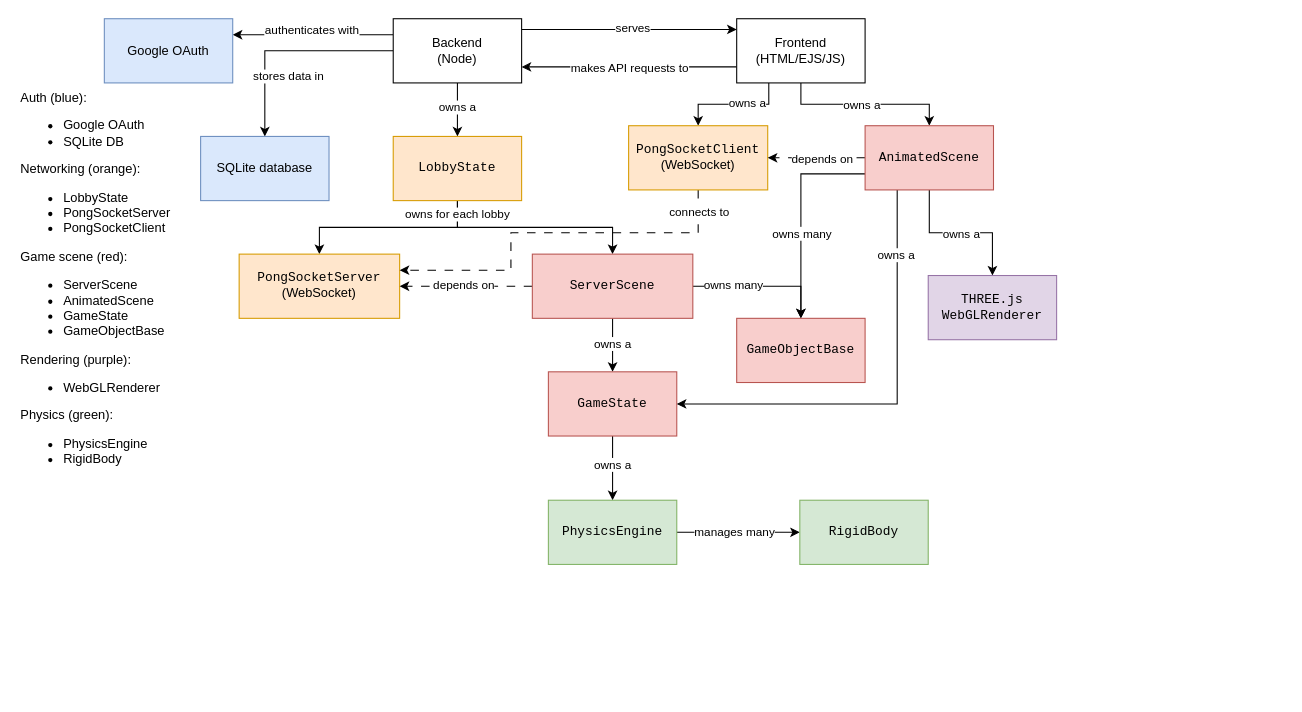
The draw.io diagram docs/architecture.drawio in ucsb-cs148-w26/pj05-pong-3d, before the edit. Source tidied: cells renumbered, new cells numbered last; positions are measured from the earlier drawing's top-left corner, leaving out a move shared by most shapes. Both pictures are drawn from the tidied source at 107%, with x=0, y=0 at pixel (18, 18).
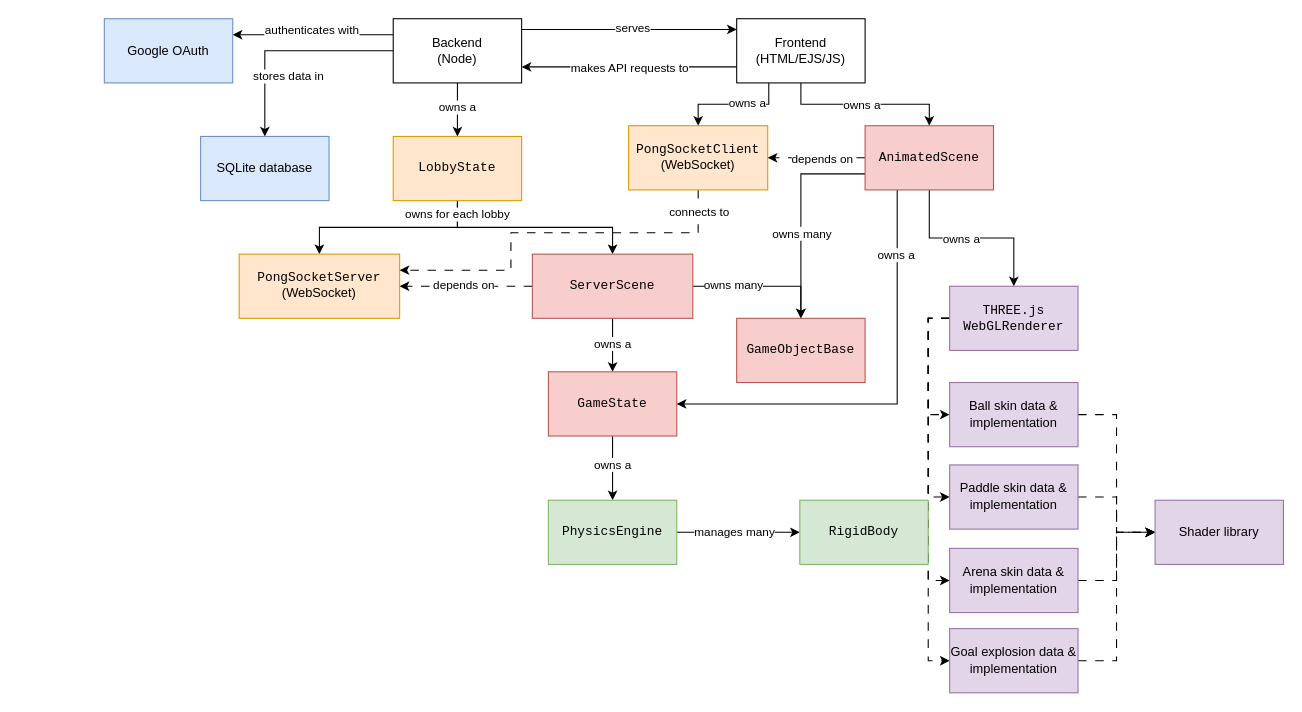
Above is the later version.

Change to the diagram source:
```diff
@@
-    <mxCell id="41" value="&lt;div&gt;Auth (blue):&lt;/div&gt;&lt;div&gt;&lt;ul&gt;&lt;li&gt;Google OAuth&lt;/li&gt;&lt;li&gt;SQLite DB&lt;/li&gt;&lt;/ul&gt;&lt;div&gt;Networking (orange):&lt;/div&gt;&lt;div&gt;&lt;ul&gt;&lt;li&gt;LobbyState&lt;/li&gt;&lt;li&gt;PongSocketServer&lt;/li&gt;&lt;li&gt;PongSocketClient&lt;/li&gt;&lt;/ul&gt;&lt;/div&gt;&lt;/div&gt;&lt;div&gt;Game scene (red):&lt;/div&gt;&lt;div&gt;&lt;ul&gt;&lt;li&gt;ServerScene&lt;/li&gt;&lt;li&gt;AnimatedScene&lt;/li&gt;&lt;li&gt;GameState&lt;/li&gt;&lt;li&gt;GameObjectBase&lt;/li&gt;&lt;/ul&gt;&lt;/div&gt;&lt;div&gt;Rendering (purple):&lt;/div&gt;&lt;div&gt;&lt;ul&gt;&lt;li&gt;WebGLRenderer&lt;/li&gt;&lt;/ul&gt;&lt;div&gt;Physics (green):&lt;/div&gt;&lt;div&gt;&lt;ul&gt;&lt;li&gt;PhysicsEngine&lt;/li&gt;&lt;li&gt;RigidBody&lt;/li&gt;&lt;/ul&gt;&lt;/div&gt;&lt;/div&gt;" style="text;html=1;whiteSpace=wrap;strokeColor=none;fillColor=none;align=left;verticalAlign=top;rounded=0;" parent="1" vertex="1">
-      <mxGeometry y="60" width="160" height="390" as="geometry" />
-    </mxCell>
@@
+    <mxCell id="54" style="edgeStyle=orthogonalEdgeStyle;rounded=0;jettySize=auto;html=1;exitX=0;exitY=0.5;exitDx=0;exitDy=0;entryX=0;entryY=0.5;entryDx=0;entryDy=0;dashed=1;dashPattern=8 8;" parent="1" edge="1" source="51" target="59">
+      <mxGeometry relative="1" as="geometry" />
+    </mxCell>
+    <mxCell id="55" style="edgeStyle=orthogonalEdgeStyle;rounded=0;jettySize=auto;html=1;exitX=0;exitY=0.5;exitDx=0;exitDy=0;entryX=0;entryY=0.5;entryDx=0;entryDy=0;dashed=1;dashPattern=8 8;" parent="1" edge="1" source="51" target="61">
+      <mxGeometry relative="1" as="geometry" />
+    </mxCell>
+    <mxCell id="56" style="edgeStyle=orthogonalEdgeStyle;rounded=0;jettySize=auto;html=1;exitX=0;exitY=0.5;exitDx=0;exitDy=0;entryX=0;entryY=0.5;entryDx=0;entryDy=0;dashed=1;dashPattern=8 8;" parent="1" edge="1" source="51" target="63">
+      <mxGeometry relative="1" as="geometry" />
+    </mxCell>
+    <mxCell id="57" style="edgeStyle=orthogonalEdgeStyle;rounded=0;jettySize=auto;html=1;exitX=0;exitY=0.5;exitDx=0;exitDy=0;entryX=0;entryY=0.5;entryDx=0;entryDy=0;dashed=1;dashPattern=8 8;" parent="1" edge="1" source="51" target="65">
+      <mxGeometry relative="1" as="geometry" />
+    </mxCell>
     <mxCell id="51" value="&lt;div&gt;THREE.js&lt;/div&gt;&lt;div&gt;WebGLRenderer&lt;/div&gt;" style="whiteSpace=wrap;html=1;fontFamily=Courier New;rounded=0;fillColor=#e1d5e7;strokeColor=#9673a6;" parent="1" vertex="1">
-      <mxGeometry x="850" y="240" width="120" height="60" as="geometry" />
+      <mxGeometry x="870" y="250" width="120" height="60" as="geometry" />
     </mxCell>
@@
+    <mxCell id="58" style="edgeStyle=orthogonalEdgeStyle;rounded=0;jettySize=auto;html=1;exitX=1;exitY=0.5;exitDx=0;exitDy=0;entryX=0;entryY=0.5;entryDx=0;entryDy=0;dashed=1;dashPattern=8 8;" parent="1" edge="1" source="59" target="66">
+      <mxGeometry relative="1" as="geometry" />
+    </mxCell>
+    <mxCell id="59" value="&lt;font face=&quot;Helvetica&quot;&gt;Ball skin data &amp;amp; implementation&lt;/font&gt;" style="whiteSpace=wrap;html=1;fontFamily=Courier New;rounded=0;fillColor=#e1d5e7;strokeColor=#9673a6;" parent="1" vertex="1">
+      <mxGeometry x="870" y="340" width="120" height="60" as="geometry" />
+    </mxCell>
+    <mxCell id="60" style="edgeStyle=orthogonalEdgeStyle;rounded=0;jettySize=auto;html=1;exitX=1;exitY=0.5;exitDx=0;exitDy=0;dashed=1;dashPattern=8 8;" parent="1" edge="1" source="61" target="66">
+      <mxGeometry relative="1" as="geometry" />
+    </mxCell>
+    <mxCell id="61" value="&lt;font face=&quot;Helvetica&quot;&gt;Paddle skin data &amp;amp; implementation&lt;/font&gt;" style="whiteSpace=wrap;html=1;fontFamily=Courier New;rounded=0;fillColor=#e1d5e7;strokeColor=#9673a6;" parent="1" vertex="1">
+      <mxGeometry x="870" y="417" width="120" height="60" as="geometry" />
+    </mxCell>
+    <mxCell id="62" style="edgeStyle=orthogonalEdgeStyle;rounded=0;jettySize=auto;html=1;exitX=1;exitY=0.5;exitDx=0;exitDy=0;entryX=0;entryY=0.5;entryDx=0;entryDy=0;dashed=1;dashPattern=8 8;" parent="1" edge="1" source="63" target="66">
+      <mxGeometry relative="1" as="geometry" />
+    </mxCell>
+    <mxCell id="63" value="&lt;font face=&quot;Helvetica&quot;&gt;Arena skin data &amp;amp; implementation&lt;/font&gt;" style="whiteSpace=wrap;html=1;fontFamily=Courier New;rounded=0;fillColor=#e1d5e7;strokeColor=#9673a6;" parent="1" vertex="1">
+      <mxGeometry x="870" y="495" width="120" height="60" as="geometry" />
+    </mxCell>
+    <mxCell id="64" style="edgeStyle=orthogonalEdgeStyle;rounded=0;jettySize=auto;html=1;exitX=1;exitY=0.5;exitDx=0;exitDy=0;entryX=0;entryY=0.5;entryDx=0;entryDy=0;dashed=1;dashPattern=8 8;" parent="1" edge="1" source="65" target="66">
+      <mxGeometry relative="1" as="geometry" />
+    </mxCell>
+    <mxCell id="65" value="&lt;font face=&quot;Helvetica&quot;&gt;Goal explosion data &amp;amp; implementation&lt;/font&gt;" style="whiteSpace=wrap;html=1;fontFamily=Courier New;rounded=0;fillColor=#e1d5e7;strokeColor=#9673a6;" parent="1" vertex="1">
+      <mxGeometry x="870" y="570" width="120" height="60" as="geometry" />
+    </mxCell>
+    <mxCell id="66" value="&lt;font face=&quot;Helvetica&quot;&gt;Shader library&lt;/font&gt;" style="whiteSpace=wrap;html=1;fontFamily=Courier New;rounded=0;fillColor=#e1d5e7;strokeColor=#9673a6;" parent="1" vertex="1">
+      <mxGeometry x="1062" y="450" width="120" height="60" as="geometry" />
+    </mxCell>
```
